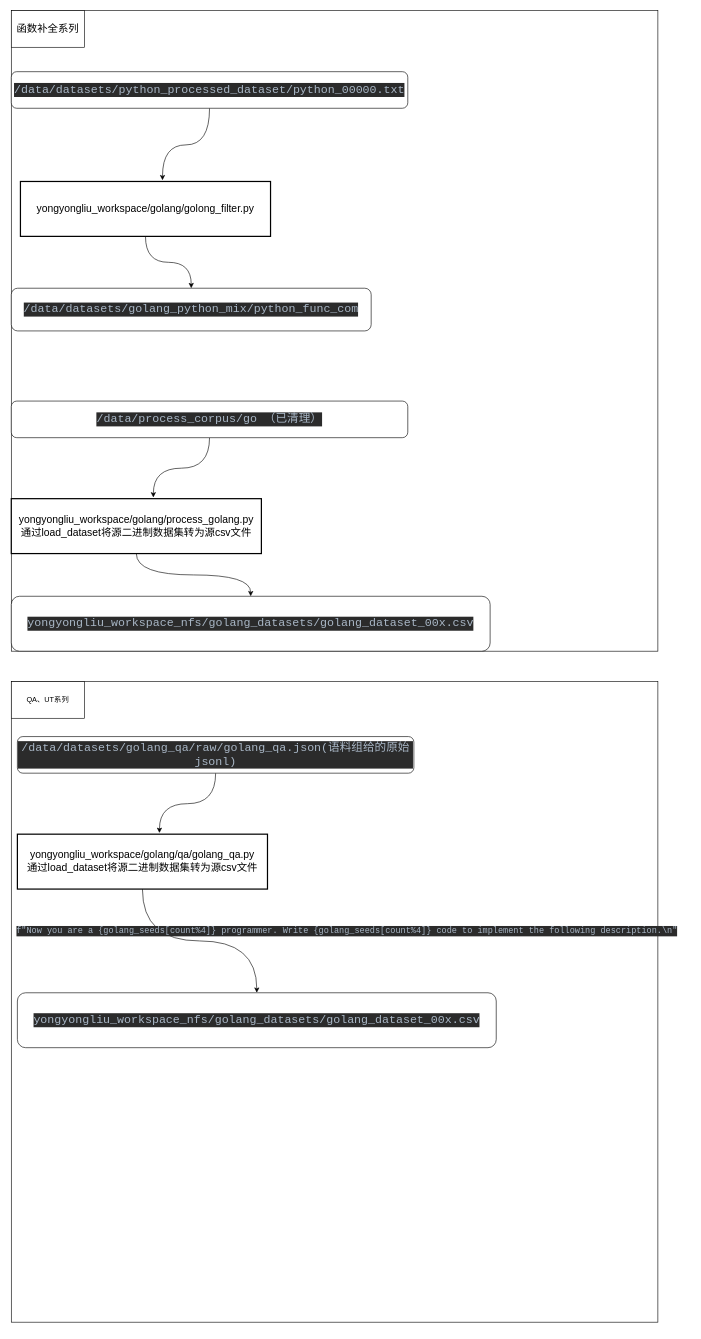
crepuscule/hello-world keeps this draw.io diagram as Untitled Diagram.drawio. Above is the earlier version. Source tidied: cells renumbered, new cells numbered last; positions are measured from the earlier drawing's top-left corner, leaving out a move shared by most shapes. Both pictures are drawn from the tidied source at 61%, with x=0, y=0 at pixel (11, 10).
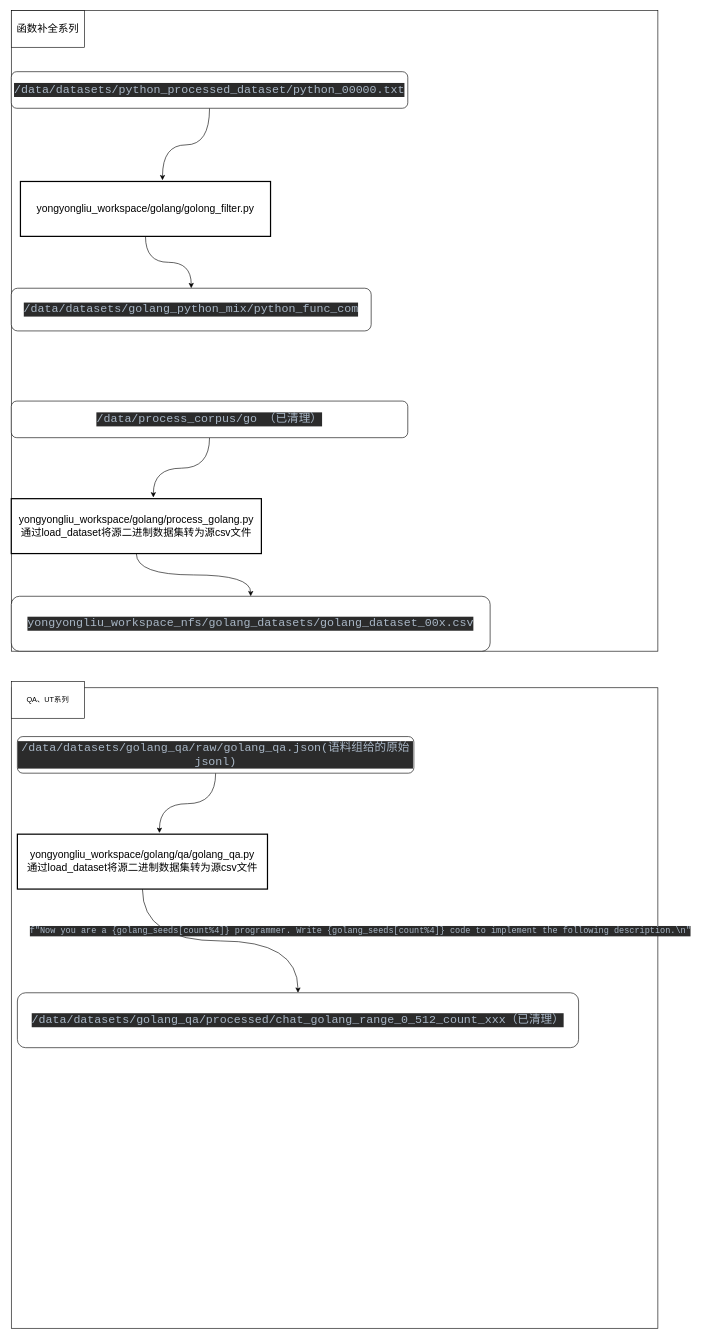
After the change.

Change to the diagram source:
```diff
@@
     <mxCell id="14" style="rounded=0;whiteSpace=wrap;html=1;" parent="1" vertex="1">
-      <mxGeometry y="1100" width="1060" height="1050" as="geometry" />
+      <mxGeometry y="1110" width="1060" height="1050" as="geometry" />
     </mxCell>
@@
-    <mxCell id="21" value="&lt;div style=&quot;background-color: rgb(43, 43, 43); color: rgb(169, 183, 198); font-family: &amp;quot;JetBrains Mono&amp;quot;, monospace; font-size: 14.3pt;&quot;&gt;yongyongliu_workspace_nfs/golang_datasets/golang_dataset_00x.csv&lt;/div&gt;" style="rounded=1;whiteSpace=wrap;html=1;" parent="1" vertex="1">
-      <mxGeometry x="10" y="1610" width="785" height="90" as="geometry" />
+    <mxCell id="21" value="&lt;div style=&quot;background-color: rgb(43, 43, 43); color: rgb(169, 183, 198); font-family: &amp;quot;JetBrains Mono&amp;quot;, monospace; font-size: 14.3pt;&quot;&gt;&lt;div style=&quot;font-size: 14.3pt;&quot;&gt;/data/datasets/golang_qa/processed/chat_golang_range_0_512_count_xxx（已清理）&lt;/div&gt;&lt;/div&gt;" style="rounded=1;whiteSpace=wrap;html=1;" parent="1" vertex="1">
+      <mxGeometry x="10" y="1610" width="920" height="90" as="geometry" />
     </mxCell>
```
